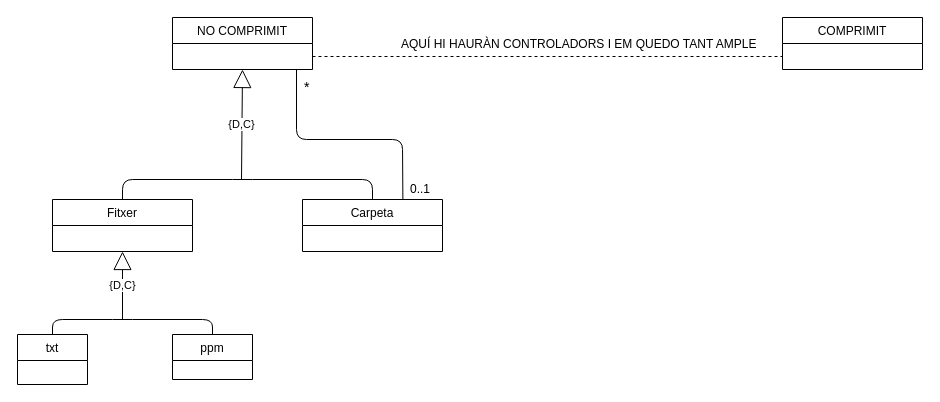
Before: Untitled Diagram.drawio in jbb494/PROP, a draw.io diagram. Source tidied: cells renumbered, new cells numbered last; positions are measured from the earlier drawing's top-left corner, leaving out a move shared by most shapes. Both pictures are drawn from the tidied source at 100%, with x=0, y=0 at pixel (17, 17).
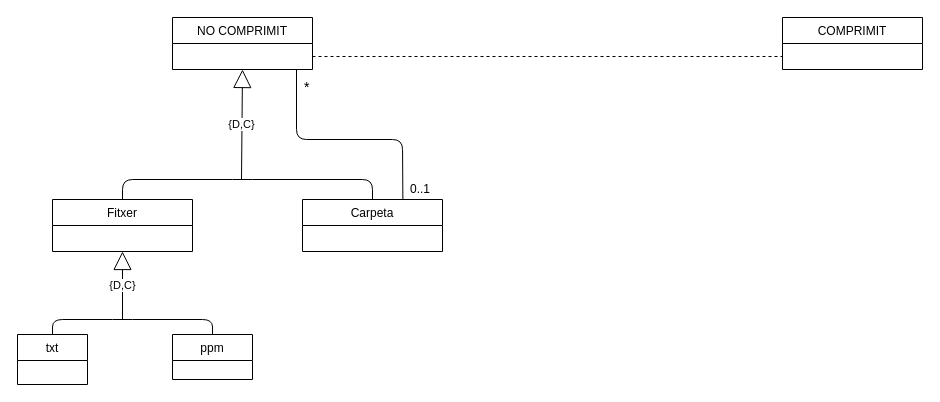
The same diagram, later.

The edit, as a diff of the source:
```diff
@@
-    <mxCell id="16" value="&lt;div&gt;AQUÍ HI HAURÀN CONTROLADORS I EM QUEDO TANT AMPLE&lt;/div&gt;&lt;div&gt;&lt;br&gt;&lt;/div&gt;" style="text;html=1;align=left;verticalAlign=top;spacingTop=-4;" parent="1" vertex="1">
-      <mxGeometry x="382" y="17" width="370" height="30" as="geometry" />
-    </mxCell>
```
